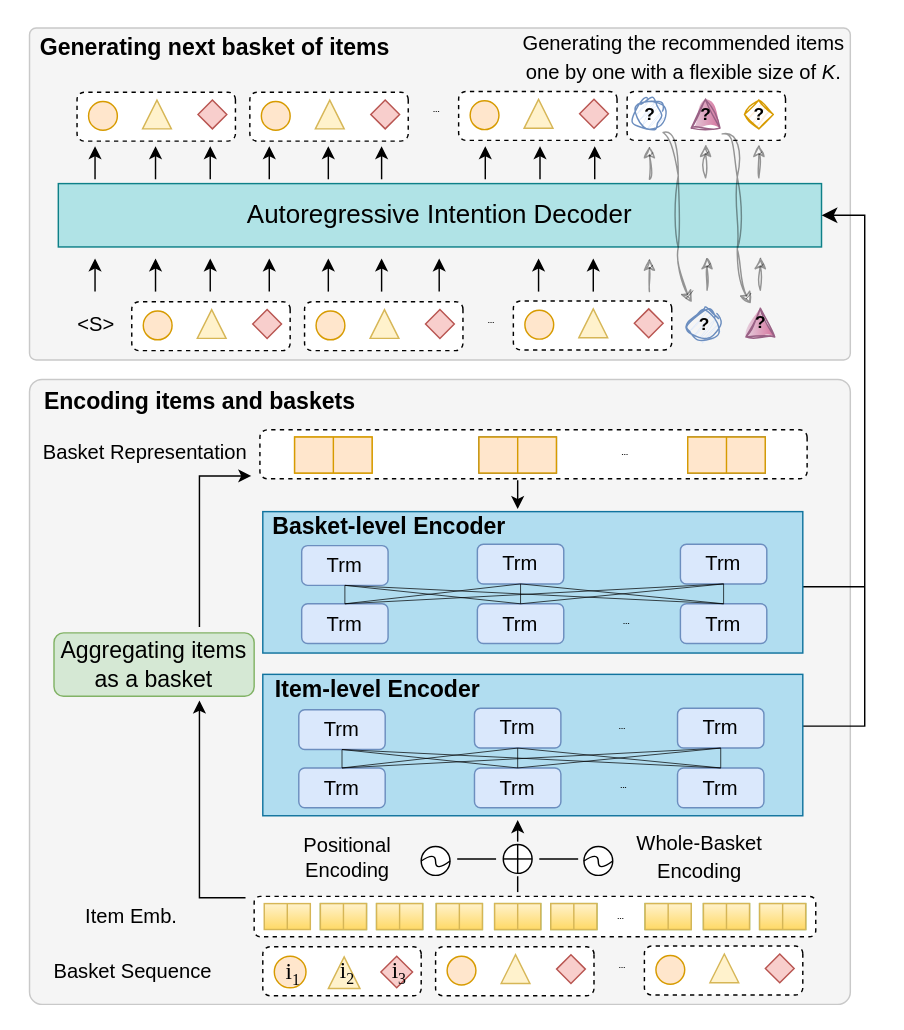
Before: architecture.drawio in wenqisun/data, a draw.io diagram. Source tidied: cells renumbered, new cells numbered last; positions are measured from the earlier drawing's top-left corner, leaving out a move shared by most shapes. Both pictures are drawn from the tidied source at 144%, with x=0, y=0 at pixel (24, 24).
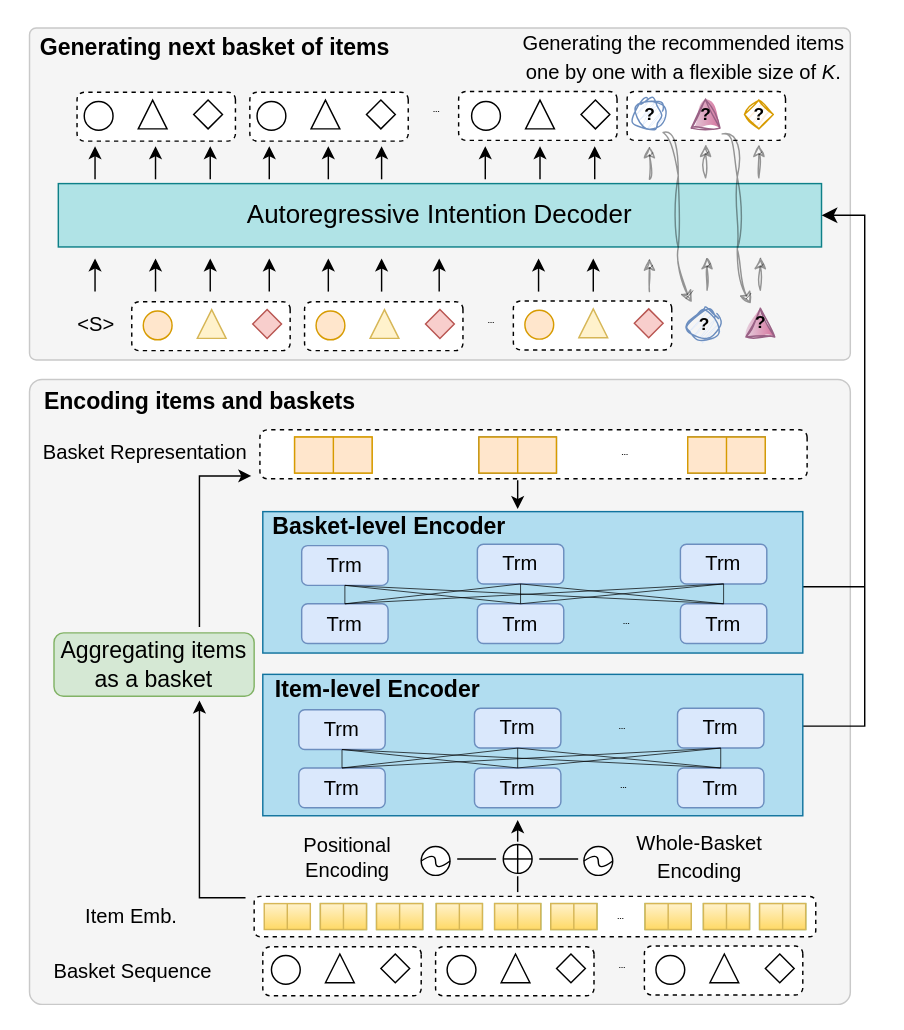
Above is the later version.

Diff of the diagram source:
```diff
@@
-    <mxCell id="8" value="&lt;font face=&quot;Times New Roman&quot;&gt;&lt;font style=&quot;font-size: 18px;&quot;&gt;&amp;nbsp;&lt;/font&gt;&lt;font style=&quot;font-size: 16px;&quot;&gt;i&lt;/font&gt;&lt;sub style=&quot;&quot;&gt;&lt;font style=&quot;font-size: 11px;&quot;&gt;1&lt;/font&gt;&lt;/sub&gt;&lt;/font&gt;" style="ellipse;whiteSpace=wrap;html=1;fillColor=#ffe6cc;strokeColor=#d79b00;" parent="1" vertex="1">
-      <mxGeometry x="173" y="646.5" width="22" height="22" as="geometry" />
-    </mxCell>
-    <mxCell id="9" value="&lt;font style=&quot;&quot; face=&quot;Times New Roman&quot;&gt;&lt;font style=&quot;font-size: 16px;&quot;&gt;&amp;nbsp;i&lt;/font&gt;&lt;sub style=&quot;&quot;&gt;&lt;font style=&quot;font-size: 11px;&quot;&gt;2&lt;/font&gt;&lt;/sub&gt;&lt;/font&gt;" style="triangle;whiteSpace=wrap;html=1;fontFamily=Comic Sans MS;fontSize=14;direction=north;fillColor=#fff2cc;strokeColor=#d6b656;" parent="1" vertex="1">
-      <mxGeometry x="210.5" y="647" width="22" height="22" as="geometry" />
-    </mxCell>
-    <mxCell id="10" value="&lt;font style=&quot;&quot; face=&quot;Times New Roman&quot;&gt;&lt;font style=&quot;font-size: 16px;&quot;&gt;&amp;nbsp;i&lt;/font&gt;&lt;sub style=&quot;&quot;&gt;&lt;font style=&quot;font-size: 11px;&quot;&gt;3&lt;/font&gt;&lt;/sub&gt;&lt;/font&gt;" style="rhombus;whiteSpace=wrap;html=1;fontFamily=Comic Sans MS;fontSize=14;fillColor=#f8cecc;strokeColor=#b85450;" parent="1" vertex="1">
-      <mxGeometry x="247" y="646.5" width="22" height="22" as="geometry" />
-    </mxCell>
@@
-    <mxCell id="38" style="ellipse;whiteSpace=wrap;html=1;fillColor=#ffe6cc;strokeColor=#d79b00;" parent="1" vertex="1">
-      <mxGeometry x="293" y="646.5" width="20" height="20" as="geometry" />
-    </mxCell>
-    <mxCell id="39" style="triangle;whiteSpace=wrap;html=1;fontFamily=Comic Sans MS;fontSize=14;direction=north;fillColor=#fff2cc;strokeColor=#d6b656;" parent="1" vertex="1">
-      <mxGeometry x="330.5" y="645.5" width="20" height="20" as="geometry" />
-    </mxCell>
-    <mxCell id="40" style="rhombus;whiteSpace=wrap;html=1;fontFamily=Comic Sans MS;fontSize=14;fillColor=#f8cecc;strokeColor=#b85450;" parent="1" vertex="1">
-      <mxGeometry x="369" y="645.5" width="20" height="20" as="geometry" />
-    </mxCell>
@@
-    <mxCell id="42" style="ellipse;whiteSpace=wrap;html=1;fillColor=#ffe6cc;strokeColor=#d79b00;" parent="1" vertex="1">
+    <mxCell id="42" style="ellipse;whiteSpace=wrap;html=1;" parent="1" vertex="1">
       <mxGeometry x="438" y="646" width="20" height="20" as="geometry" />
     </mxCell>
-    <mxCell id="43" style="triangle;whiteSpace=wrap;html=1;fontFamily=Comic Sans MS;fontSize=14;direction=north;fillColor=#fff2cc;strokeColor=#d6b656;" parent="1" vertex="1">
+    <mxCell id="43" style="triangle;whiteSpace=wrap;html=1;fontFamily=Comic Sans MS;fontSize=14;direction=north;" parent="1" vertex="1">
       <mxGeometry x="475.5" y="645" width="20" height="20" as="geometry" />
     </mxCell>
-    <mxCell id="44" style="rhombus;whiteSpace=wrap;html=1;fontFamily=Comic Sans MS;fontSize=14;fillColor=#f8cecc;strokeColor=#b85450;" parent="1" vertex="1">
+    <mxCell id="44" style="rhombus;whiteSpace=wrap;html=1;fontFamily=Comic Sans MS;fontSize=14;" parent="1" vertex="1">
       <mxGeometry x="514" y="645" width="20" height="20" as="geometry" />
     </mxCell>
@@
-    <mxCell id="63" style="ellipse;whiteSpace=wrap;html=1;fillColor=#ffe6cc;strokeColor=#d79b00;" parent="1" vertex="1">
-      <mxGeometry x="44" y="53" width="20" height="20" as="geometry" />
-    </mxCell>
-    <mxCell id="64" style="triangle;whiteSpace=wrap;html=1;fontFamily=Comic Sans MS;fontSize=14;direction=north;fillColor=#fff2cc;strokeColor=#d6b656;" parent="1" vertex="1">
-      <mxGeometry x="81.5" y="52" width="20" height="20" as="geometry" />
-    </mxCell>
-    <mxCell id="65" style="rhombus;whiteSpace=wrap;html=1;fontFamily=Comic Sans MS;fontSize=14;fillColor=#f8cecc;strokeColor=#b85450;" parent="1" vertex="1">
-      <mxGeometry x="120" y="52" width="20" height="20" as="geometry" />
-    </mxCell>
@@
-    <mxCell id="68" style="ellipse;whiteSpace=wrap;html=1;fillColor=#ffe6cc;strokeColor=#d79b00;" parent="1" vertex="1">
-      <mxGeometry x="164" y="53" width="20" height="20" as="geometry" />
-    </mxCell>
-    <mxCell id="69" style="triangle;whiteSpace=wrap;html=1;fontFamily=Comic Sans MS;fontSize=14;direction=north;fillColor=#fff2cc;strokeColor=#d6b656;" parent="1" vertex="1">
-      <mxGeometry x="201.5" y="52" width="20" height="20" as="geometry" />
-    </mxCell>
-    <mxCell id="70" style="rhombus;whiteSpace=wrap;html=1;fontFamily=Comic Sans MS;fontSize=14;fillColor=#f8cecc;strokeColor=#b85450;" parent="1" vertex="1">
-      <mxGeometry x="240" y="52" width="20" height="20" as="geometry" />
-    </mxCell>
@@
-    <mxCell id="72" style="ellipse;whiteSpace=wrap;html=1;fillColor=#ffe6cc;strokeColor=#d79b00;" parent="1" vertex="1">
-      <mxGeometry x="309" y="52.5" width="20" height="20" as="geometry" />
-    </mxCell>
-    <mxCell id="73" style="triangle;whiteSpace=wrap;html=1;fontFamily=Comic Sans MS;fontSize=14;direction=north;fillColor=#fff2cc;strokeColor=#d6b656;" parent="1" vertex="1">
-      <mxGeometry x="346.5" y="51.5" width="20" height="20" as="geometry" />
-    </mxCell>
-    <mxCell id="74" style="rhombus;whiteSpace=wrap;html=1;fontFamily=Comic Sans MS;fontSize=14;fillColor=#f8cecc;strokeColor=#b85450;" parent="1" vertex="1">
-      <mxGeometry x="385" y="51.5" width="20" height="20" as="geometry" />
-    </mxCell>
@@
+    <mxCell id="181" style="ellipse;whiteSpace=wrap;html=1;" parent="1" vertex="1">
+      <mxGeometry x="293" y="646" width="20" height="20" as="geometry" />
+    </mxCell>
+    <mxCell id="182" style="triangle;whiteSpace=wrap;html=1;fontFamily=Comic Sans MS;fontSize=14;direction=north;" parent="1" vertex="1">
+      <mxGeometry x="330.5" y="645" width="20" height="20" as="geometry" />
+    </mxCell>
+    <mxCell id="183" style="rhombus;whiteSpace=wrap;html=1;fontFamily=Comic Sans MS;fontSize=14;" parent="1" vertex="1">
+      <mxGeometry x="369" y="645" width="20" height="20" as="geometry" />
+    </mxCell>
+    <mxCell id="184" style="ellipse;whiteSpace=wrap;html=1;" parent="1" vertex="1">
+      <mxGeometry x="171" y="646" width="20" height="20" as="geometry" />
+    </mxCell>
+    <mxCell id="185" style="triangle;whiteSpace=wrap;html=1;fontFamily=Comic Sans MS;fontSize=14;direction=north;" parent="1" vertex="1">
+      <mxGeometry x="208.5" y="645" width="20" height="20" as="geometry" />
+    </mxCell>
+    <mxCell id="186" style="rhombus;whiteSpace=wrap;html=1;fontFamily=Comic Sans MS;fontSize=14;" parent="1" vertex="1">
+      <mxGeometry x="247" y="645" width="20" height="20" as="geometry" />
+    </mxCell>
+    <mxCell id="187" style="ellipse;whiteSpace=wrap;html=1;" parent="1" vertex="1">
+      <mxGeometry x="41" y="53" width="20" height="20" as="geometry" />
+    </mxCell>
+    <mxCell id="188" style="triangle;whiteSpace=wrap;html=1;fontFamily=Comic Sans MS;fontSize=14;direction=north;" parent="1" vertex="1">
+      <mxGeometry x="78.5" y="52" width="20" height="20" as="geometry" />
+    </mxCell>
+    <mxCell id="189" style="rhombus;whiteSpace=wrap;html=1;fontFamily=Comic Sans MS;fontSize=14;" parent="1" vertex="1">
+      <mxGeometry x="117" y="52" width="20" height="20" as="geometry" />
+    </mxCell>
+    <mxCell id="190" style="ellipse;whiteSpace=wrap;html=1;" parent="1" vertex="1">
+      <mxGeometry x="161" y="53" width="20" height="20" as="geometry" />
+    </mxCell>
+    <mxCell id="191" style="triangle;whiteSpace=wrap;html=1;fontFamily=Comic Sans MS;fontSize=14;direction=north;" parent="1" vertex="1">
+      <mxGeometry x="198.5" y="52" width="20" height="20" as="geometry" />
+    </mxCell>
+    <mxCell id="192" style="rhombus;whiteSpace=wrap;html=1;fontFamily=Comic Sans MS;fontSize=14;" parent="1" vertex="1">
+      <mxGeometry x="237" y="52" width="20" height="20" as="geometry" />
+    </mxCell>
+    <mxCell id="193" style="ellipse;whiteSpace=wrap;html=1;" parent="1" vertex="1">
+      <mxGeometry x="310" y="53" width="20" height="20" as="geometry" />
+    </mxCell>
+    <mxCell id="194" style="triangle;whiteSpace=wrap;html=1;fontFamily=Comic Sans MS;fontSize=14;direction=north;" parent="1" vertex="1">
+      <mxGeometry x="347.5" y="52" width="20" height="20" as="geometry" />
+    </mxCell>
+    <mxCell id="195" style="rhombus;whiteSpace=wrap;html=1;fontFamily=Comic Sans MS;fontSize=14;" parent="1" vertex="1">
+      <mxGeometry x="386" y="52" width="20" height="20" as="geometry" />
+    </mxCell>
```
